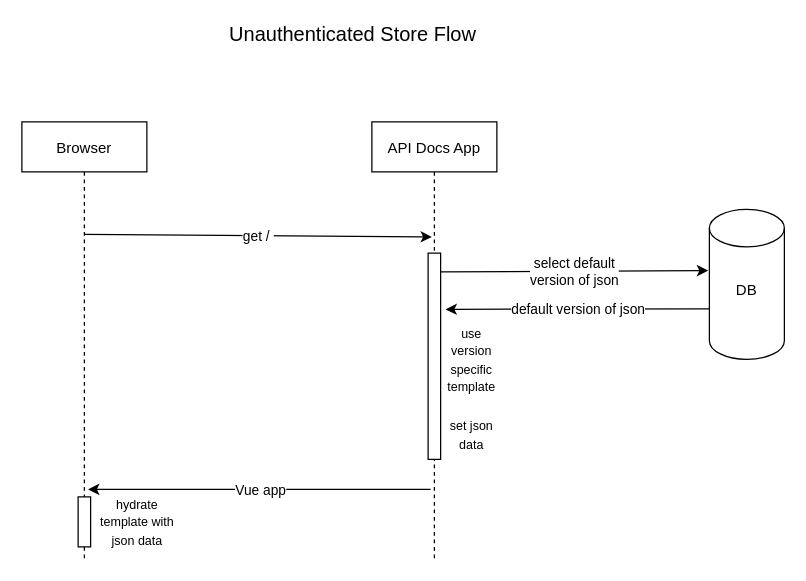
Earlier version of the draw.io diagram ReChargeApiDocs/Unauthenticated User Flow.drawio (alexrsunrise/diagrams). Source tidied: cells renumbered, new cells numbered last; positions are measured from the earlier drawing's top-left corner, leaving out a move shared by most shapes. Both pictures are drawn from the tidied source at 125%, with x=0, y=0 at pixel (21, 21).
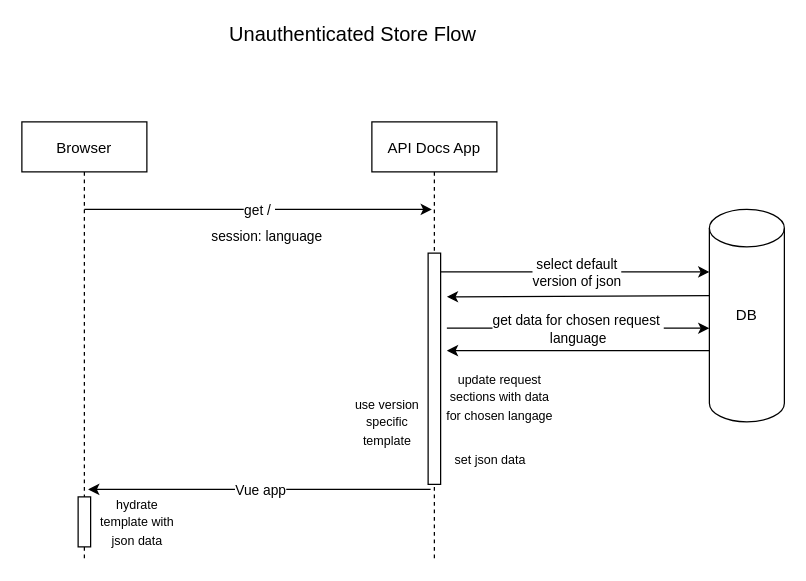
Above is the later version.

Unchanged cells that the change refers to:
```xml
<mxCell id="2" value="Browser" style="shape=umlLifeline;perimeter=lifelinePerimeter;rounded=0;shadow=0;strokeWidth=1;" parent="1" vertex="1">
  <mxGeometry y="80" width="100" height="350" as="geometry" />
</mxCell>
<mxCell id="5" value="API Docs App" style="shape=umlLifeline;perimeter=lifelinePerimeter;rounded=0;shadow=0;strokeWidth=1;" parent="1" vertex="1">
  <mxGeometry x="280" y="80" width="100" height="350" as="geometry" />
</mxCell>
```

Change to the diagram source:
```diff
@@
-    <mxCell id="3" style="endArrow=classic;html=1;entryX=0.48;entryY=0.263;entryDx=0;entryDy=0;entryPerimeter=0;" parent="2" edge="1" target="5">
-      <mxGeometry relative="1" as="geometry">
-        <mxPoint x="50" y="90" as="sourcePoint" />
-      </mxGeometry>
-    </mxCell>
-    <mxCell id="4" value="get /&amp;nbsp;" style="edgeLabel;html=1;align=center;verticalAlign=middle;" parent="3" vertex="1">
-      <mxGeometry relative="1" as="geometry" />
-    </mxCell>
@@
     <mxCell id="7" style="shape=cylinder3;whiteSpace=wrap;html=1;boundedLbl=1;backgroundOutline=1;size=15;" parent="1" vertex="1">
-      <mxGeometry x="550" y="150" width="60" height="120" as="geometry" />
+      <mxGeometry x="550" y="150" width="60" height="170" as="geometry" />
     </mxCell>
     <mxCell id="8" value="DB" style="text;html=1;strokeColor=none;fillColor=none;align=center;verticalAlign=middle;whiteSpace=wrap;rounded=0;" parent="1" vertex="1">
-      <mxGeometry x="560" y="205" width="40" height="20" as="geometry" />
+      <mxGeometry x="560" y="225" width="40" height="20" as="geometry" />
     </mxCell>
     <mxCell id="9" style="rounded=0;whiteSpace=wrap;html=1;" parent="1" vertex="1">
-      <mxGeometry x="325" y="185" width="10" height="165" as="geometry" />
+      <mxGeometry x="325" y="185" width="10" height="185" as="geometry" />
     </mxCell>
-    <mxCell id="10" style="endArrow=classic;html=1;entryX=-0.017;entryY=0.408;entryDx=0;entryDy=0;entryPerimeter=0;" parent="1" edge="1" target="7">
+    <mxCell id="10" style="endArrow=classic;html=1;entryX=0;entryY=0;entryDx=0;entryDy=50;entryPerimeter=0;" parent="1" edge="1" target="7">
       <mxGeometry relative="1" as="geometry">
         <mxPoint x="335" y="200" as="sourcePoint" />
       </mxGeometry>
     </mxCell>
@@
-    <mxCell id="12" style="endArrow=classic;html=1;" parent="1" edge="1">
+    <mxCell id="12" style="endArrow=classic;html=1;exitX=0;exitY=0.406;exitDx=0;exitDy=0;exitPerimeter=0;" parent="1" edge="1" source="7">
       <mxGeometry relative="1" as="geometry">
-        <mxPoint x="550" y="229.5" as="sourcePoint" />
-        <mxPoint x="339" y="230" as="targetPoint" />
+        <mxPoint x="340" y="220" as="targetPoint" />
       </mxGeometry>
     </mxCell>
-    <mxCell id="13" value="default version of json" style="edgeLabel;html=1;align=center;verticalAlign=middle;" parent="12" vertex="1">
-      <mxGeometry relative="1" as="geometry" />
-    </mxCell>
     <mxCell id="14" value="&lt;span style=&quot;font-size: 10px&quot;&gt;use version specific&lt;br&gt;template&lt;br&gt;&lt;/span&gt;" style="text;html=1;strokeColor=none;fillColor=none;align=center;verticalAlign=middle;whiteSpace=wrap;rounded=0;" parent="1" vertex="1">
-      <mxGeometry x="340" y="260" width="40" height="20" as="geometry" />
+      <mxGeometry x="250" y="310" width="85" height="20" as="geometry" />
     </mxCell>
@@
     <mxCell id="17" value="&lt;font style=&quot;font-size: 10px&quot;&gt;set json data&lt;/font&gt;" style="text;html=1;strokeColor=none;fillColor=none;align=center;verticalAlign=middle;whiteSpace=wrap;rounded=0;" parent="1" vertex="1">
-      <mxGeometry x="340" y="320" width="40" height="20" as="geometry" />
+      <mxGeometry x="335" y="340" width="80" height="20" as="geometry" />
     </mxCell>
@@
+    <mxCell id="20" style="endArrow=classic;html=1;exitX=0.5;exitY=0.2;exitDx=0;exitDy=0;exitPerimeter=0;entryX=0.48;entryY=0.2;entryDx=0;entryDy=0;entryPerimeter=0;" parent="1" edge="1" source="2" target="5">
+      <mxGeometry relative="1" as="geometry" />
+    </mxCell>
+    <mxCell id="4" value="get /&amp;nbsp;" style="edgeLabel;html=1;align=center;verticalAlign=middle;" parent="20" vertex="1">
+      <mxGeometry relative="1" as="geometry" />
+    </mxCell>
+    <mxCell id="21" value="session: language" style="edgeLabel;html=1;align=left;verticalAlign=bottom;" parent="20" vertex="1">
+      <mxGeometry x="-1" relative="1" as="geometry">
+        <mxPoint x="100" y="30" as="offset" />
+      </mxGeometry>
+    </mxCell>
+    <mxCell id="22" style="endArrow=classic;html=1;entryX=0;entryY=0.559;entryDx=0;entryDy=0;entryPerimeter=0;" parent="1" edge="1" target="7">
+      <mxGeometry relative="1" as="geometry">
+        <mxPoint x="340" y="245" as="sourcePoint" />
+      </mxGeometry>
+    </mxCell>
+    <mxCell id="23" value="get data for chosen request&amp;nbsp;&lt;br&gt;language" style="edgeLabel;html=1;align=center;verticalAlign=middle;" parent="22" vertex="1">
+      <mxGeometry relative="1" as="geometry" />
+    </mxCell>
+    <mxCell id="24" style="endArrow=classic;html=1;exitX=0;exitY=0;exitDx=0;exitDy=120;exitPerimeter=0;" parent="1" edge="1">
+      <mxGeometry relative="1" as="geometry">
+        <mxPoint x="550" y="263" as="sourcePoint" />
+        <mxPoint x="340" y="263" as="targetPoint" />
+      </mxGeometry>
+    </mxCell>
+    <mxCell id="25" value="&lt;span style=&quot;font-size: 10px&quot;&gt;update request sections with data for chosen langage&lt;br&gt;&lt;/span&gt;" style="text;html=1;strokeColor=none;fillColor=none;align=center;verticalAlign=middle;whiteSpace=wrap;rounded=0;" parent="1" vertex="1">
+      <mxGeometry x="335" y="290" width="95" height="20" as="geometry" />
+    </mxCell>
```
